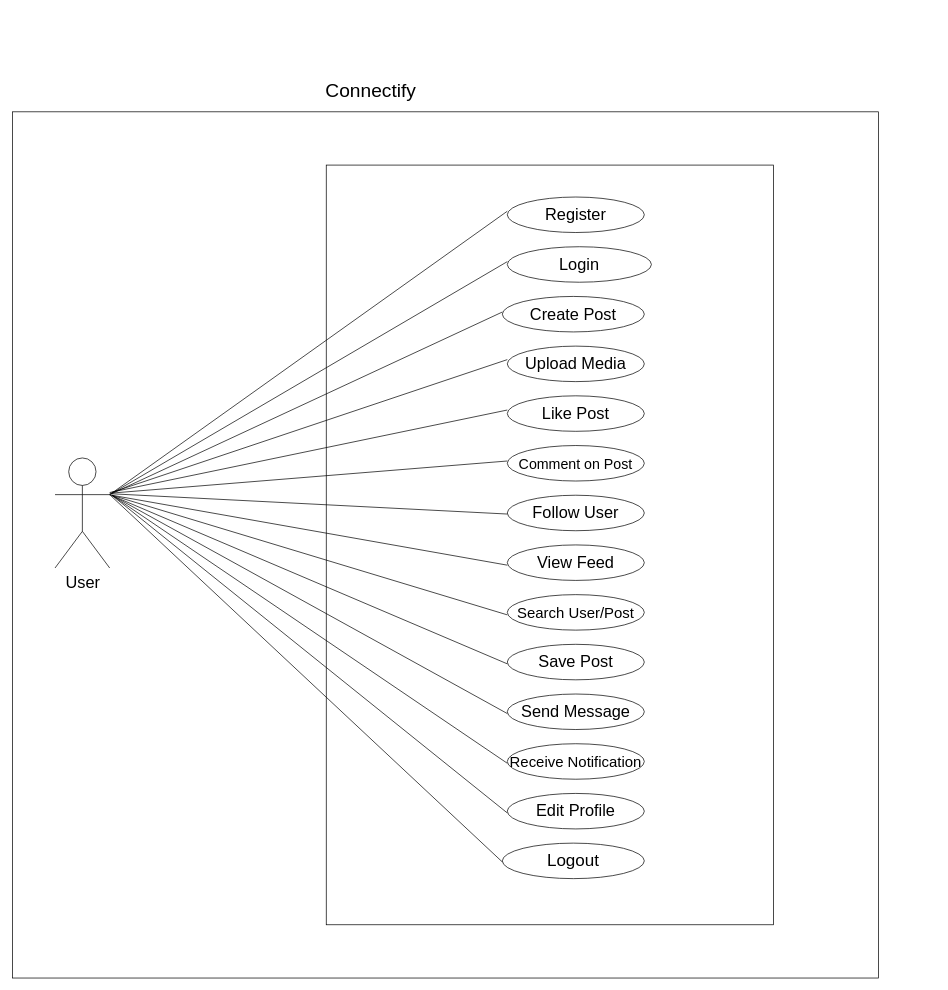
The draw.io diagram User_Use_Case.drawio in abubakar8866/Connectify, before the edit. Source tidied: cells renumbered, new cells numbered last; positions are measured from the earlier drawing's top-left corner, leaving out a move shared by most shapes. Both pictures are drawn from the tidied source at 71%, with x=0, y=0 at pixel (12, 69).
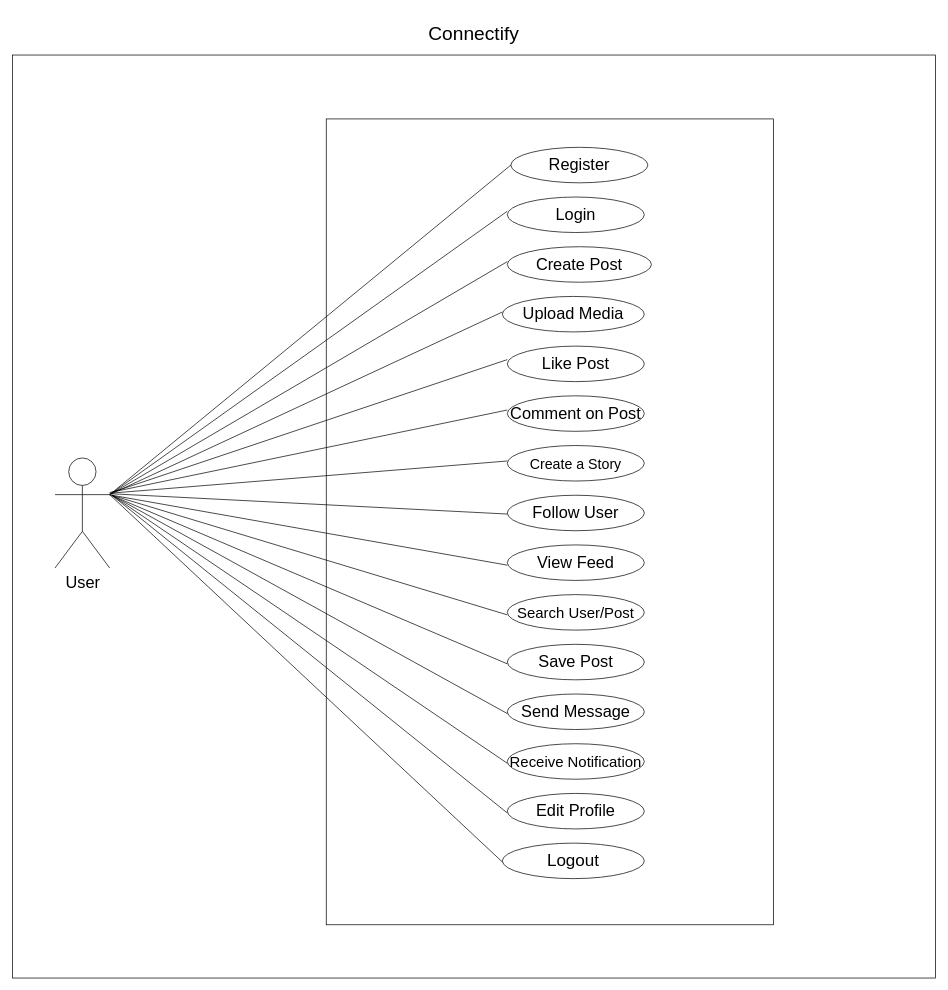
The same page after the edit.

Unchanged cells that the change refers to:
```xml
<mxCell id="18" value="&lt;font style=&quot;font-size: 23px;&quot;&gt;User&lt;/font&gt;" style="shape=umlActor;verticalLabelPosition=bottom;verticalAlign=top;html=1;outlineConnect=0;" parent="1" vertex="1">
  <mxGeometry x="60" y="547.5" width="77" height="155" as="geometry" />
</mxCell>
```

The edit, as a diff of the source:
```diff
@@
     <mxCell id="2" style="whiteSpace=wrap;html=1;" parent="1" vertex="1">
-      <mxGeometry y="60" width="1220" height="1220" as="geometry" />
+      <mxGeometry y="-20" width="1300" height="1300" as="geometry" />
     </mxCell>
     <mxCell id="3" style="rounded=0;whiteSpace=wrap;html=1;" parent="1" vertex="1">
-      <mxGeometry x="442" y="135" width="630" height="1070" as="geometry" />
+      <mxGeometry x="442" y="70" width="630" height="1135" as="geometry" />
     </mxCell>
-    <mxCell id="4" value="&lt;font style=&quot;font-size: 23px;&quot;&gt;Register&lt;/font&gt;" style="ellipse;whiteSpace=wrap;html=1;" parent="1" vertex="1">
+    <mxCell id="4" value="&lt;span style=&quot;font-size: 23px;&quot;&gt;Login&lt;/span&gt;" style="ellipse;whiteSpace=wrap;html=1;" parent="1" vertex="1">
       <mxGeometry x="697" y="180" width="193" height="50" as="geometry" />
     </mxCell>
-    <mxCell id="5" value="&lt;font style=&quot;font-size: 23px;&quot;&gt;Login&lt;/font&gt;" style="ellipse;whiteSpace=wrap;html=1;" parent="1" vertex="1">
+    <mxCell id="5" value="&lt;span style=&quot;font-size: 23px;&quot;&gt;Create Post&lt;/span&gt;" style="ellipse;whiteSpace=wrap;html=1;" parent="1" vertex="1">
       <mxGeometry x="697" y="250" width="203" height="50" as="geometry" />
     </mxCell>
-    <mxCell id="6" value="&lt;font style=&quot;font-size: 23px;&quot;&gt;Create Post&lt;/font&gt;" style="ellipse;whiteSpace=wrap;html=1;" parent="1" vertex="1">
+    <mxCell id="6" value="&lt;span style=&quot;font-size: 23px;&quot;&gt;Upload Media&lt;/span&gt;" style="ellipse;whiteSpace=wrap;html=1;" parent="1" vertex="1">
       <mxGeometry x="690" y="320" width="200" height="50" as="geometry" />
     </mxCell>
-    <mxCell id="7" value="&lt;font style=&quot;font-size: 23px;&quot;&gt;Upload Media&lt;/font&gt;" style="ellipse;whiteSpace=wrap;html=1;" parent="1" vertex="1">
+    <mxCell id="7" value="&lt;span style=&quot;font-size: 23px;&quot;&gt;Like Post&lt;/span&gt;" style="ellipse;whiteSpace=wrap;html=1;" parent="1" vertex="1">
       <mxGeometry x="697" y="390" width="193" height="50" as="geometry" />
     </mxCell>
-    <mxCell id="8" value="&lt;font style=&quot;font-size: 23px;&quot;&gt;Like Post&lt;/font&gt;" style="ellipse;whiteSpace=wrap;html=1;" parent="1" vertex="1">
+    <mxCell id="8" value="&lt;span style=&quot;font-size: 23px;&quot;&gt;Comment on Post&lt;/span&gt;" style="ellipse;whiteSpace=wrap;html=1;" parent="1" vertex="1">
       <mxGeometry x="697" y="460" width="193" height="50" as="geometry" />
     </mxCell>
-    <mxCell id="9" value="&lt;font style=&quot;font-size: 20px;&quot;&gt;Comment on Post&lt;/font&gt;" style="ellipse;whiteSpace=wrap;html=1;" parent="1" vertex="1">
+    <mxCell id="9" value="&lt;span style=&quot;font-size: 20px;&quot;&gt;Create a Story&lt;/span&gt;" style="ellipse;whiteSpace=wrap;html=1;" parent="1" vertex="1">
       <mxGeometry x="697" y="530" width="193" height="50" as="geometry" />
     </mxCell>
@@
     <mxCell id="33" value="&lt;font style=&quot;font-size: 27px;&quot;&gt;Connectify&lt;/font&gt;" style="text;html=1;whiteSpace=wrap;strokeColor=none;fillColor=none;align=center;verticalAlign=middle;rounded=0;" parent="1" vertex="1">
-      <mxGeometry x="440" width="130" height="60" as="geometry" />
+      <mxGeometry x="585" y="-80" width="130" height="60" as="geometry" />
     </mxCell>
+    <mxCell id="34" value="&lt;font style=&quot;font-size: 23px;&quot;&gt;Register&lt;/font&gt;" style="ellipse;whiteSpace=wrap;html=1;" parent="1" vertex="1">
+      <mxGeometry x="702" y="110" width="193" height="50" as="geometry" />
+    </mxCell>
+    <mxCell id="35" style="endArrow=none;html=1;rounded=0;exitX=1;exitY=0.3333333333333333;exitDx=0;exitDy=0;exitPerimeter=0;" parent="1" edge="1" source="18">
+      <mxGeometry relative="1" as="geometry">
+        <mxPoint x="702" y="135" as="targetPoint" />
+      </mxGeometry>
+    </mxCell>
```
